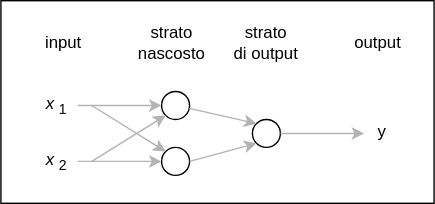
This is chatting/tutorial/onehidden.drawio.svg from lmari/lmari.github.io, a draw.io export, as it was before one commit. Source tidied: cells renumbered, new cells last; positions are measured from the earlier drawing's top-left corner, leaving out a move shared by most shapes.
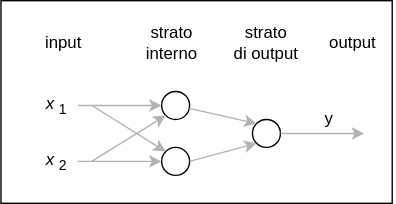
After the commit.

The edit, as a diff of the source:
```diff
@@ -3,7 +3,7 @@
     <mxCell id="0" />
     <mxCell id="1" parent="0" />
     <mxCell id="2" style="whiteSpace=wrap;html=1;" parent="1" vertex="1">
-      <mxGeometry width="310" height="145" as="geometry" />
+      <mxGeometry width="280" height="145" as="geometry" />
     </mxCell>
     <mxCell id="3" style="ellipse;whiteSpace=wrap;html=1;" parent="1" vertex="1">
       <mxGeometry x="115" y="65" width="20" height="20" as="geometry" />
@@ -44,12 +44,12 @@
       <mxGeometry x="25" y="60" width="30" height="30" as="geometry" />
     </mxCell>
     <mxCell id="13" value="y" style="text;html=1;strokeColor=none;fillColor=none;align=center;verticalAlign=middle;whiteSpace=wrap;rounded=0;" parent="1" vertex="1">
-      <mxGeometry x="258" y="82.5" width="30" height="22.5" as="geometry" />
+      <mxGeometry x="220" y="73.5" width="30" height="22.5" as="geometry" />
     </mxCell>
     <mxCell id="14" value="input" style="text;html=1;strokeColor=none;fillColor=none;align=center;verticalAlign=middle;whiteSpace=wrap;rounded=0;" parent="1" vertex="1">
       <mxGeometry x="15" y="15" width="60" height="30" as="geometry" />
     </mxCell>
-    <mxCell id="15" value="strato&lt;br&gt;nascosto" style="text;html=1;strokeColor=none;fillColor=none;align=center;verticalAlign=middle;whiteSpace=wrap;rounded=0;" parent="1" vertex="1">
+    <mxCell id="15" value="strato&lt;br&gt;interno" style="text;html=1;strokeColor=none;fillColor=none;align=center;verticalAlign=middle;whiteSpace=wrap;rounded=0;" parent="1" vertex="1">
       <mxGeometry x="85" y="15" width="75" height="30" as="geometry" />
     </mxCell>
     <mxCell id="16" value="strato&lt;br&gt;di output" style="text;html=1;strokeColor=none;fillColor=none;align=center;verticalAlign=middle;whiteSpace=wrap;rounded=0;" parent="1" vertex="1">
@@ -59,7 +59,7 @@
       <mxGeometry x="25" y="100" width="30" height="30" as="geometry" />
     </mxCell>
     <mxCell id="18" value="output" style="text;html=1;strokeColor=none;fillColor=none;align=center;verticalAlign=middle;whiteSpace=wrap;rounded=0;" parent="1" vertex="1">
-      <mxGeometry x="240" y="15" width="60" height="30" as="geometry" />
+      <mxGeometry x="222" y="15" width="60" height="30" as="geometry" />
     </mxCell>
     <mxCell id="19" style="endArrow=classic;html=1;strokeColor=#B3B3B3;" parent="1" edge="1">
       <mxGeometry relative="1" as="geometry">
```
